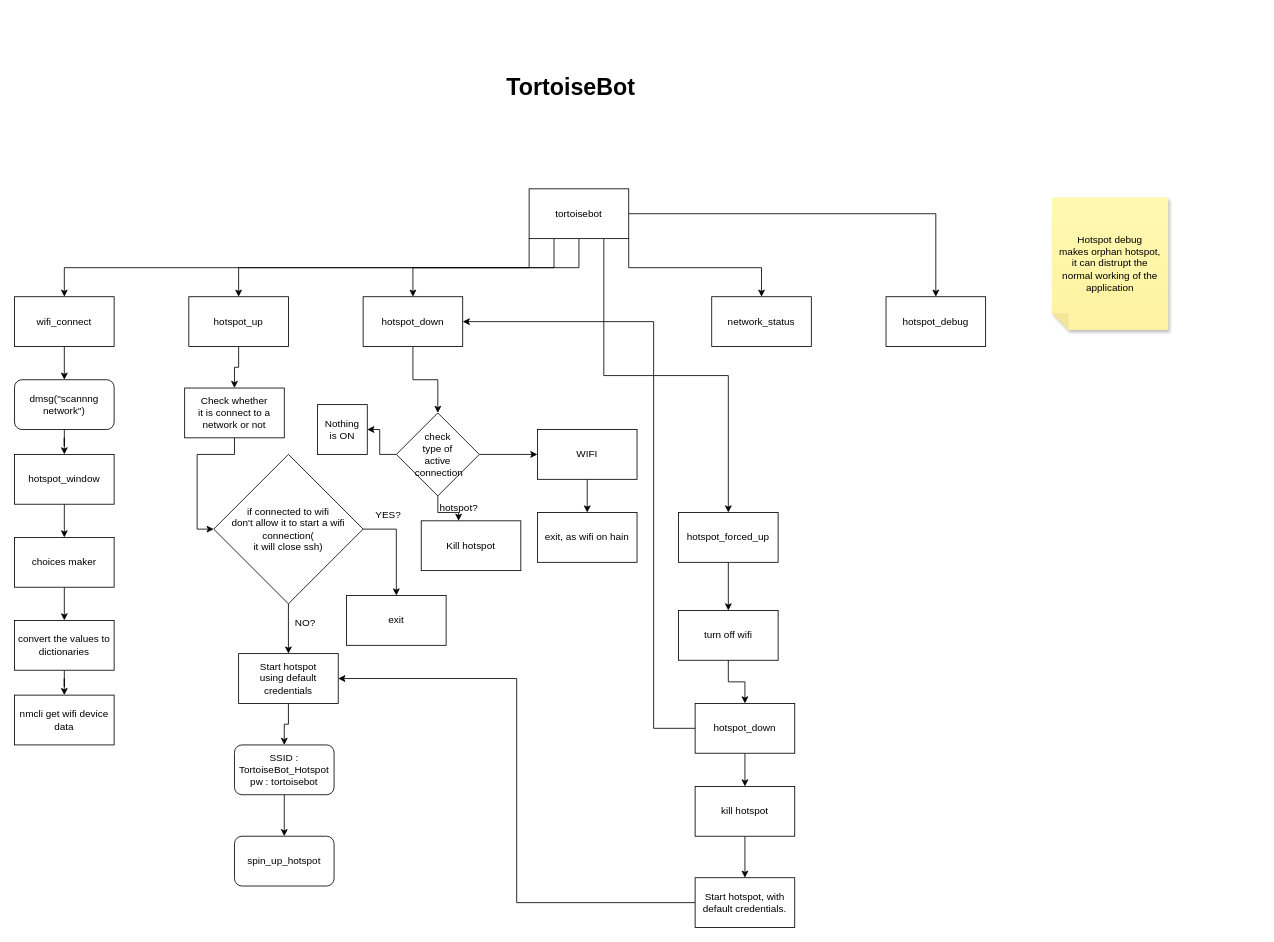
Before: Untitled Diagram.drawio in lordofwizard/script, a draw.io diagram. Source tidied: cells renumbered, new cells numbered last; positions are measured from the earlier drawing's top-left corner, leaving out a move shared by most shapes. Both pictures are drawn from the tidied source at 83%, with x=0, y=0 at pixel (14, 14).
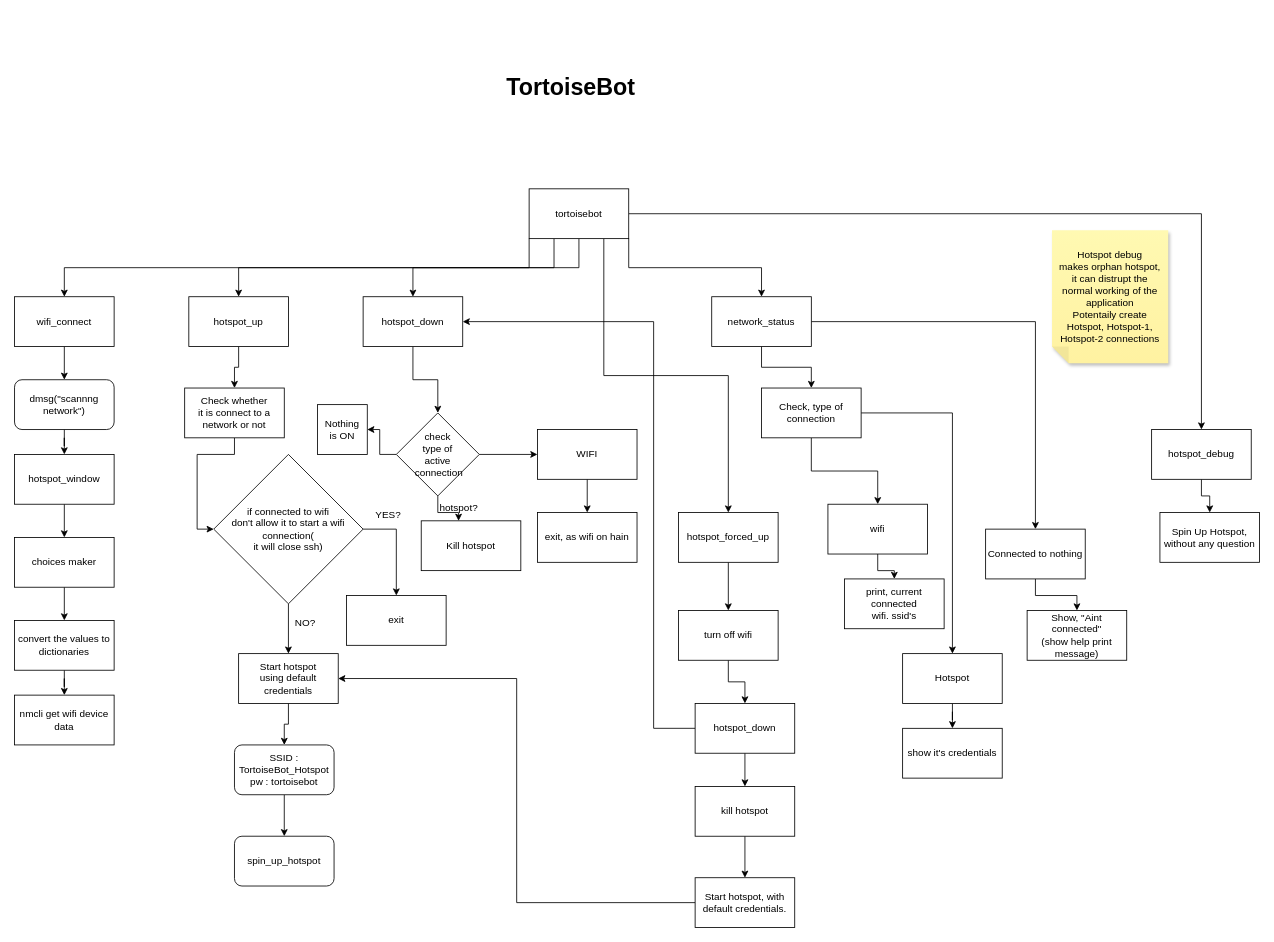
The same diagram, later.

Commit message:
status + debug flow

The change refers to these unchanged cells:
```xml
<mxCell id="17" value="network_status" style="whiteSpace=wrap;html=1;" parent="1" vertex="1">
  <mxGeometry x="840" y="340" width="120" height="60" as="geometry" />
</mxCell>
```

The edit, as a diff of the source:
```diff
@@
+    <mxCell id="63" style="edgeStyle=orthogonalEdgeStyle;rounded=0;jettySize=auto;html=1;" parent="1" edge="1" source="17" target="68">
+      <mxGeometry relative="1" as="geometry" />
+    </mxCell>
+    <mxCell id="64" style="edgeStyle=orthogonalEdgeStyle;rounded=0;jettySize=auto;html=1;exitX=1;exitY=0.5;exitDx=0;exitDy=0;entryX=0.5;entryY=0;entryDx=0;entryDy=0;" parent="1" edge="1" source="17" target="76">
+      <mxGeometry relative="1" as="geometry" />
+    </mxCell>
@@
+    <mxCell id="65" style="edgeStyle=orthogonalEdgeStyle;rounded=0;jettySize=auto;html=1;" parent="1" edge="1" source="18" target="78">
+      <mxGeometry relative="1" as="geometry" />
+    </mxCell>
     <mxCell id="18" value="hotspot_debug" style="rounded=0;whiteSpace=wrap;html=1;" parent="1" vertex="1">
-      <mxGeometry x="1050" y="340" width="120" height="60" as="geometry" />
+      <mxGeometry x="1370" y="500" width="120" height="60" as="geometry" />
     </mxCell>
@@
-    <mxCell id="30" value="&lt;div&gt;Hotspot debug&lt;/div&gt;&lt;div&gt;makes orphan hotspot,&lt;/div&gt;&lt;div&gt;it can distrupt the &lt;br&gt;&lt;/div&gt;&lt;div&gt;normal working of the application&lt;/div&gt;" style="shape=note;whiteSpace=wrap;html=1;backgroundOutline=1;fontColor=#000000;darkOpacity=0.05;fillColor=#FFF9B2;strokeColor=none;fillStyle=solid;direction=west;gradientDirection=north;gradientColor=#FFF2A1;shadow=1;size=20;" parent="1" vertex="1">
-      <mxGeometry x="1250" y="220" width="140" height="160" as="geometry" />
+    <mxCell id="30" value="&lt;div&gt;Hotspot debug&lt;/div&gt;&lt;div&gt;makes orphan hotspot,&lt;/div&gt;&lt;div&gt;it can distrupt the &lt;br&gt;&lt;/div&gt;&lt;div&gt;normal working of the application&lt;br&gt;Potentaily create&lt;br&gt;Hotspot, Hotspot-1, Hotspot-2 connections&lt;br&gt;&lt;/div&gt;" style="shape=note;whiteSpace=wrap;html=1;backgroundOutline=1;fontColor=#000000;darkOpacity=0.05;fillColor=#FFF9B2;strokeColor=none;fillStyle=solid;direction=west;gradientDirection=north;gradientColor=#FFF2A1;shadow=1;size=20;" parent="1" vertex="1">
+      <mxGeometry x="1250" y="260" width="140" height="160" as="geometry" />
     </mxCell>
@@
+    <mxCell id="66" style="edgeStyle=orthogonalEdgeStyle;rounded=0;jettySize=auto;html=1;" parent="1" edge="1" source="68" target="70">
+      <mxGeometry relative="1" as="geometry" />
+    </mxCell>
+    <mxCell id="67" style="edgeStyle=orthogonalEdgeStyle;rounded=0;jettySize=auto;html=1;" parent="1" edge="1" source="68" target="73">
+      <mxGeometry relative="1" as="geometry" />
+    </mxCell>
+    <mxCell id="68" value="&lt;div&gt;Check, type of connection&lt;/div&gt;" style="whiteSpace=wrap;html=1;" parent="1" vertex="1">
+      <mxGeometry x="900" y="450" width="120" height="60" as="geometry" />
+    </mxCell>
+    <mxCell id="69" style="edgeStyle=orthogonalEdgeStyle;rounded=0;jettySize=auto;html=1;" parent="1" edge="1" source="70" target="71">
+      <mxGeometry relative="1" as="geometry" />
+    </mxCell>
+    <mxCell id="70" value="wifi" style="whiteSpace=wrap;html=1;" parent="1" vertex="1">
+      <mxGeometry x="980" y="590" width="120" height="60" as="geometry" />
+    </mxCell>
+    <mxCell id="71" value="print, current connected&lt;br&gt;wifi. ssid's" style="whiteSpace=wrap;html=1;" parent="1" vertex="1">
+      <mxGeometry x="1000" y="680" width="120" height="60" as="geometry" />
+    </mxCell>
+    <mxCell id="72" style="edgeStyle=orthogonalEdgeStyle;rounded=0;jettySize=auto;html=1;" parent="1" edge="1" source="73" target="74">
+      <mxGeometry relative="1" as="geometry" />
+    </mxCell>
+    <mxCell id="73" value="&lt;div&gt;Hotspot&lt;/div&gt;" style="whiteSpace=wrap;html=1;" parent="1" vertex="1">
+      <mxGeometry x="1070" y="770" width="120" height="60" as="geometry" />
+    </mxCell>
+    <mxCell id="74" value="show it's credentials" style="whiteSpace=wrap;html=1;" parent="1" vertex="1">
+      <mxGeometry x="1070" y="860" width="120" height="60" as="geometry" />
+    </mxCell>
+    <mxCell id="75" style="edgeStyle=orthogonalEdgeStyle;rounded=0;jettySize=auto;html=1;" parent="1" edge="1" source="76" target="77">
+      <mxGeometry relative="1" as="geometry" />
+    </mxCell>
+    <mxCell id="76" value="&lt;div&gt;Connected to nothing&lt;/div&gt;" style="whiteSpace=wrap;html=1;" parent="1" vertex="1">
+      <mxGeometry x="1170" y="620" width="120" height="60" as="geometry" />
+    </mxCell>
+    <mxCell id="77" value="&lt;div&gt;Show, &quot;Aint connected&quot;&lt;/div&gt;&lt;div&gt;(show help print message)&lt;br&gt;&lt;/div&gt;" style="whiteSpace=wrap;html=1;" parent="1" vertex="1">
+      <mxGeometry x="1220" y="718" width="120" height="60" as="geometry" />
+    </mxCell>
+    <mxCell id="78" value="Spin Up Hotspot, without any question" style="whiteSpace=wrap;html=1;rounded=0;" parent="1" vertex="1">
+      <mxGeometry x="1380" y="600" width="120" height="60" as="geometry" />
+    </mxCell>
```
